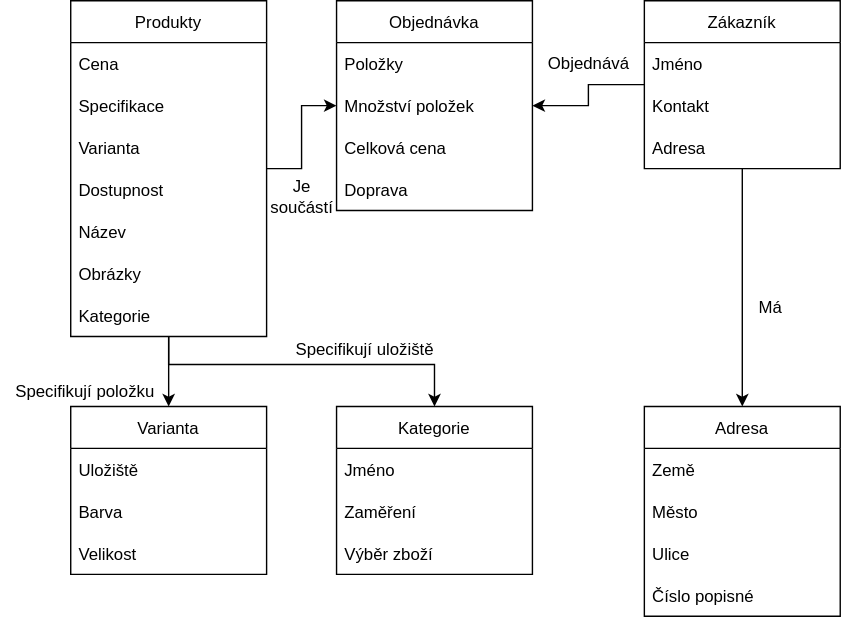
Above: 22092022.drawio.svg in hongolem/Diagrams (draw.io), before the change. Source tidied: cells renumbered, new cells last; positions are measured from the earlier drawing's top-left corner, leaving out a move shared by most shapes.
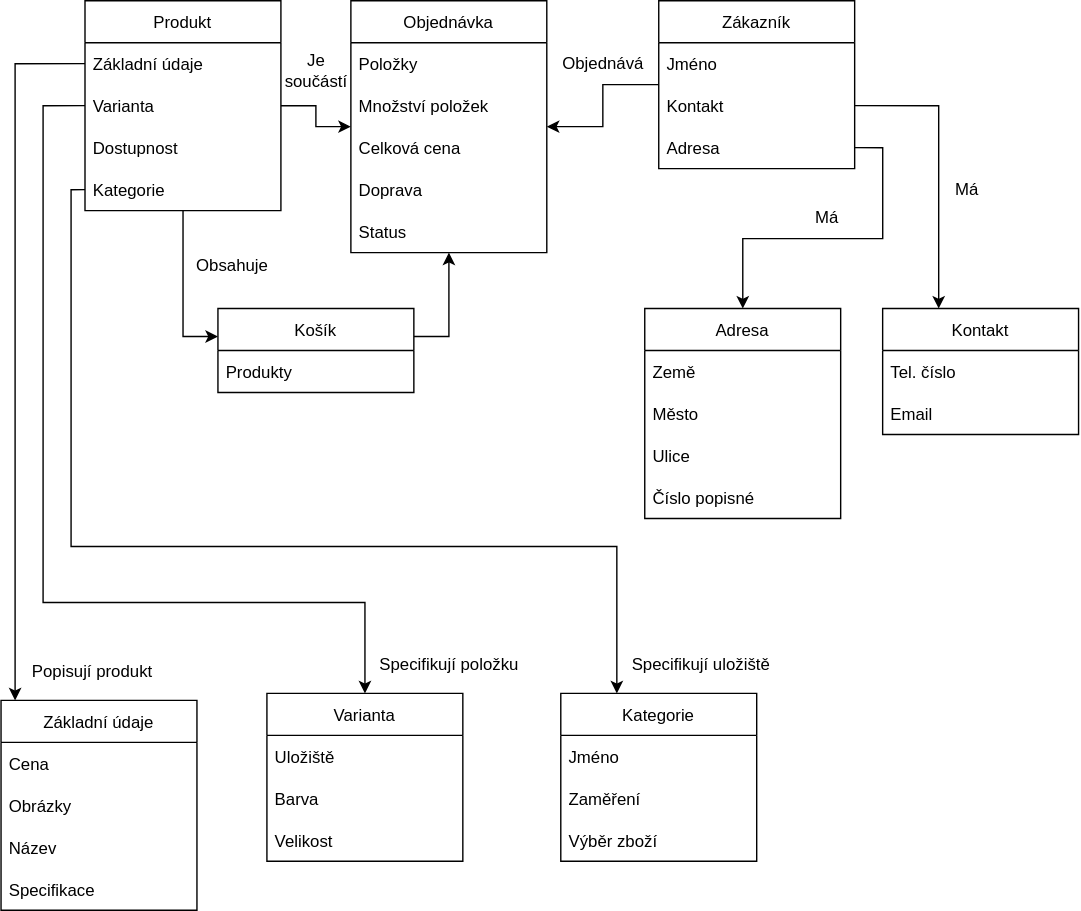
Later version of the same file.

What changed in the source:
```diff
@@ -2,46 +2,58 @@
   <root>
     <mxCell id="0" />
     <mxCell id="1" parent="0" />
-    <mxCell id="2" style="edgeStyle=orthogonalEdgeStyle;rounded=0;jettySize=auto;html=1;endArrow=classic;endFill=1;" parent="1" edge="1" source="5" target="24">
-      <mxGeometry relative="1" as="geometry" />
+    <mxCell id="2" style="edgeStyle=orthogonalEdgeStyle;rounded=0;jettySize=auto;html=1;endArrow=classic;endFill=1;exitX=0;exitY=0.5;exitDx=0;exitDy=0;" parent="1" edge="1" source="8" target="24">
+      <mxGeometry relative="1" as="geometry">
+        <Array as="points">
+          <mxPoint x="20" y="75" />
+          <mxPoint x="20" y="430" />
+          <mxPoint x="250" y="430" />
+        </Array>
+      </mxGeometry>
     </mxCell>
-    <mxCell id="3" style="edgeStyle=orthogonalEdgeStyle;rounded=0;jettySize=auto;html=1;endArrow=classic;endFill=1;" parent="1" edge="1" source="5" target="28">
+    <mxCell id="3" style="edgeStyle=orthogonalEdgeStyle;rounded=0;jettySize=auto;html=1;endArrow=classic;endFill=1;exitX=0;exitY=0.5;exitDx=0;exitDy=0;" parent="1" edge="1" source="12" target="28">
       <mxGeometry relative="1" as="geometry">
         <Array as="points">
-          <mxPoint x="120" y="260" />
-          <mxPoint x="310" y="260" />
+          <mxPoint x="40" y="135" />
+          <mxPoint x="40" y="390" />
+          <mxPoint x="430" y="390" />
         </Array>
       </mxGeometry>
     </mxCell>
     <mxCell id="4" style="edgeStyle=orthogonalEdgeStyle;rounded=0;jettySize=auto;html=1;endArrow=classic;endFill=1;" parent="1" edge="1" source="5" target="13">
       <mxGeometry relative="1" as="geometry" />
     </mxCell>
+    <mxCell id="42" style="edgeStyle=orthogonalEdgeStyle;rounded=0;jettySize=auto;html=1;endArrow=classic;endFill=1;exitX=0;exitY=0.5;exitDx=0;exitDy=0;" parent="1" edge="1" source="44" target="51">
+      <mxGeometry relative="1" as="geometry">
+        <Array as="points">
+          <mxPoint y="45" />
+        </Array>
+      </mxGeometry>
+    </mxCell>
+    <mxCell id="43" style="edgeStyle=orthogonalEdgeStyle;rounded=0;jettySize=auto;html=1;endArrow=classic;endFill=1;" parent="1" edge="1" source="5" target="54">
+      <mxGeometry relative="1" as="geometry">
+        <Array as="points">
+          <mxPoint x="120" y="240" />
+        </Array>
+      </mxGeometry>
+    </mxCell>
-    <mxCell id="5" value="Produkty" style="swimlane;fontStyle=0;horizontal=1;startSize=30;" parent="1" vertex="1">
-      <mxGeometry x="50" width="140" height="240" as="geometry" />
+    <mxCell id="5" value="Produkt" style="swimlane;fontStyle=0;horizontal=1;startSize=30;" parent="1" vertex="1">
+      <mxGeometry x="50" width="140" height="150" as="geometry" />
     </mxCell>
-    <mxCell id="6" value="Cena" style="text;strokeColor=none;fillColor=none;align=left;verticalAlign=middle;spacingLeft=4;spacingRight=4;overflow=hidden;" parent="5" vertex="1">
-      <mxGeometry y="30" width="140" height="30" as="geometry" />
-    </mxCell>
-    <mxCell id="7" value="Specifikace" style="text;strokeColor=none;fillColor=none;align=left;verticalAlign=middle;spacingLeft=4;spacingRight=4;overflow=hidden;" parent="5" vertex="1">
-      <mxGeometry y="60" width="140" height="30" as="geometry" />
-    </mxCell>
+    <mxCell id="44" value="Základní údaje" style="text;strokeColor=none;fillColor=none;align=left;verticalAlign=middle;spacingLeft=4;spacingRight=4;overflow=hidden;points=[[0,0.5],[1,0.5]];portConstraint=eastwest;" parent="5" vertex="1">
+      <mxGeometry y="30" width="140" height="30" as="geometry" />
+    </mxCell>
     <mxCell id="8" value="Varianta" style="text;strokeColor=none;fillColor=none;align=left;verticalAlign=middle;spacingLeft=4;spacingRight=4;overflow=hidden;points=[[0,0.5],[1,0.5]];portConstraint=eastwest;" parent="5" vertex="1">
-      <mxGeometry y="90" width="140" height="30" as="geometry" />
+      <mxGeometry y="60" width="140" height="30" as="geometry" />
     </mxCell>
     <mxCell id="9" value="Dostupnost" style="text;strokeColor=none;fillColor=none;align=left;verticalAlign=middle;spacingLeft=4;spacingRight=4;overflow=hidden;" parent="5" vertex="1">
-      <mxGeometry y="120" width="140" height="30" as="geometry" />
+      <mxGeometry y="90" width="140" height="30" as="geometry" />
     </mxCell>
-    <mxCell id="10" value="Název" style="text;strokeColor=none;fillColor=none;align=left;verticalAlign=middle;spacingLeft=4;spacingRight=4;overflow=hidden;" parent="5" vertex="1">
-      <mxGeometry y="150" width="140" height="30" as="geometry" />
-    </mxCell>
-    <mxCell id="11" value="Obrázky" style="text;strokeColor=none;fillColor=none;align=left;verticalAlign=middle;spacingLeft=4;spacingRight=4;overflow=hidden;" parent="5" vertex="1">
-      <mxGeometry y="180" width="140" height="30" as="geometry" />
-    </mxCell>
     <mxCell id="12" value="Kategorie" style="text;strokeColor=none;fillColor=none;align=left;verticalAlign=middle;spacingLeft=4;spacingRight=4;overflow=hidden;points=[[0,0.5],[1,0.5]];portConstraint=eastwest;" parent="5" vertex="1">
-      <mxGeometry y="210" width="140" height="30" as="geometry" />
+      <mxGeometry y="120" width="140" height="30" as="geometry" />
     </mxCell>
     <mxCell id="13" value="Objednávka" style="swimlane;fontStyle=0;horizontal=1;startSize=30;" parent="1" vertex="1">
-      <mxGeometry x="240" width="140" height="150" as="geometry" />
+      <mxGeometry x="240" width="140" height="180" as="geometry" />
     </mxCell>
     <mxCell id="14" value="Položky" style="text;strokeColor=none;fillColor=none;align=left;verticalAlign=middle;spacingLeft=4;spacingRight=4;overflow=hidden;" parent="13" vertex="1">
       <mxGeometry y="30" width="140" height="30" as="geometry" />
@@ -55,12 +67,22 @@
     <mxCell id="17" value="Doprava" style="text;strokeColor=none;fillColor=none;align=left;verticalAlign=middle;spacingLeft=4;spacingRight=4;overflow=hidden;" parent="13" vertex="1">
       <mxGeometry y="120" width="140" height="30" as="geometry" />
     </mxCell>
+    <mxCell id="45" value="Status" style="text;strokeColor=none;fillColor=none;align=left;verticalAlign=middle;spacingLeft=4;spacingRight=4;overflow=hidden;" parent="13" vertex="1">
+      <mxGeometry y="150" width="140" height="30" as="geometry" />
+    </mxCell>
-    <mxCell id="18" style="edgeStyle=orthogonalEdgeStyle;rounded=0;jettySize=auto;html=1;endArrow=classic;endFill=1;" parent="1" edge="1" source="20" target="32">
+    <mxCell id="18" style="edgeStyle=orthogonalEdgeStyle;rounded=0;jettySize=auto;html=1;endArrow=classic;endFill=1;exitX=1;exitY=0.5;exitDx=0;exitDy=0;" parent="1" edge="1" source="23" target="32">
       <mxGeometry relative="1" as="geometry" />
     </mxCell>
     <mxCell id="19" style="edgeStyle=orthogonalEdgeStyle;rounded=0;jettySize=auto;html=1;endArrow=classic;endFill=1;" parent="1" edge="1" source="20" target="13">
       <mxGeometry relative="1" as="geometry" />
     </mxCell>
+    <mxCell id="46" style="edgeStyle=orthogonalEdgeStyle;rounded=0;jettySize=auto;html=1;endArrow=classic;endFill=1;exitX=1;exitY=0.5;exitDx=0;exitDy=0;" parent="1" edge="1" source="22" target="47">
+      <mxGeometry relative="1" as="geometry">
+        <Array as="points">
+          <mxPoint x="660" y="75" />
+        </Array>
+      </mxGeometry>
+    </mxCell>
     <mxCell id="20" value="Zákazník" style="swimlane;fontStyle=0;horizontal=1;startSize=30;" parent="1" vertex="1">
       <mxGeometry x="460" width="140" height="120" as="geometry" />
     </mxCell>
@@ -74,7 +96,7 @@
       <mxGeometry y="90" width="140" height="30" as="geometry" />
     </mxCell>
     <mxCell id="24" value="Varianta" style="swimlane;fontStyle=0;horizontal=1;startSize=30;" parent="1" vertex="1">
-      <mxGeometry x="50" y="290" width="140" height="120" as="geometry" />
+      <mxGeometry x="180" y="495" width="140" height="120" as="geometry" />
     </mxCell>
     <mxCell id="25" value="Uložiště" style="text;strokeColor=none;fillColor=none;align=left;verticalAlign=middle;spacingLeft=4;spacingRight=4;overflow=hidden;" parent="24" vertex="1">
       <mxGeometry y="30" width="140" height="30" as="geometry" />
@@ -86,7 +108,7 @@
       <mxGeometry y="90" width="140" height="30" as="geometry" />
     </mxCell>
     <mxCell id="28" value="Kategorie" style="swimlane;fontStyle=0;horizontal=1;startSize=30;" parent="1" vertex="1">
-      <mxGeometry x="240" y="290" width="140" height="120" as="geometry" />
+      <mxGeometry x="390" y="495" width="140" height="120" as="geometry" />
     </mxCell>
     <mxCell id="29" value="Jméno" style="text;strokeColor=none;fillColor=none;align=left;verticalAlign=middle;spacingLeft=4;spacingRight=4;overflow=hidden;" parent="28" vertex="1">
       <mxGeometry y="30" width="140" height="30" as="geometry" />
@@ -98,7 +120,7 @@
       <mxGeometry y="90" width="140" height="30" as="geometry" />
     </mxCell>
     <mxCell id="32" value="Adresa" style="swimlane;fontStyle=0;horizontal=1;startSize=30;" parent="1" vertex="1">
-      <mxGeometry x="460" y="290" width="140" height="150" as="geometry" />
+      <mxGeometry x="450" y="220" width="140" height="150" as="geometry" />
     </mxCell>
     <mxCell id="33" value="Země" style="text;strokeColor=none;fillColor=none;align=left;verticalAlign=middle;spacingLeft=4;spacingRight=4;overflow=hidden;" parent="32" vertex="1">
       <mxGeometry y="30" width="140" height="30" as="geometry" />
@@ -113,19 +135,65 @@
       <mxGeometry y="120" width="140" height="30" as="geometry" />
     </mxCell>
     <mxCell id="37" value="Má" style="text;html=1;align=center;verticalAlign=middle;strokeColor=none;fillColor=none;" parent="1" vertex="1">
-      <mxGeometry x="530" y="205" width="40" height="30" as="geometry" />
+      <mxGeometry x="560" y="140" width="40" height="30" as="geometry" />
     </mxCell>
     <mxCell id="38" value="Specifikují uložiště" style="text;html=1;align=center;verticalAlign=middle;strokeColor=none;fillColor=none;" parent="1" vertex="1">
-      <mxGeometry x="200" y="235" width="120" height="30" as="geometry" />
+      <mxGeometry x="430" y="460" width="120" height="30" as="geometry" />
     </mxCell>
     <mxCell id="39" value="Specifikují položku" style="text;html=1;align=center;verticalAlign=middle;strokeColor=none;fillColor=none;" parent="1" vertex="1">
-      <mxGeometry y="265" width="120" height="30" as="geometry" />
+      <mxGeometry x="250" y="460" width="120" height="30" as="geometry" />
     </mxCell>
     <mxCell id="40" value="Je&lt;br&gt;součástí" style="text;html=1;align=center;verticalAlign=middle;strokeColor=none;fillColor=none;" parent="1" vertex="1">
-      <mxGeometry x="180" y="120" width="70" height="40" as="geometry" />
+      <mxGeometry x="180" y="30" width="70" height="40" as="geometry" />
     </mxCell>
     <mxCell id="41" value="Objednává" style="text;html=1;align=center;verticalAlign=middle;strokeColor=none;fillColor=none;" parent="1" vertex="1">
       <mxGeometry x="380" y="30" width="80" height="30" as="geometry" />
     </mxCell>
+    <mxCell id="47" value="Kontakt" style="swimlane;fontStyle=0;horizontal=1;startSize=30;" parent="1" vertex="1">
+      <mxGeometry x="620" y="220" width="140" height="90" as="geometry" />
+    </mxCell>
+    <mxCell id="48" value="Tel. číslo" style="text;strokeColor=none;fillColor=none;align=left;verticalAlign=middle;spacingLeft=4;spacingRight=4;overflow=hidden;" parent="47" vertex="1">
+      <mxGeometry y="30" width="140" height="30" as="geometry" />
+    </mxCell>
+    <mxCell id="49" value="Email" style="text;strokeColor=none;fillColor=none;align=left;verticalAlign=middle;spacingLeft=4;spacingRight=4;overflow=hidden;" parent="47" vertex="1">
+      <mxGeometry y="60" width="140" height="30" as="geometry" />
+    </mxCell>
+    <mxCell id="50" value="Má" style="text;html=1;align=center;verticalAlign=middle;strokeColor=none;fillColor=none;" parent="1" vertex="1">
+      <mxGeometry x="660" y="120" width="40" height="30" as="geometry" />
+    </mxCell>
+    <mxCell id="51" value="Základní údaje" style="swimlane;fontStyle=0;horizontal=1;startSize=30;" parent="1" vertex="1">
+      <mxGeometry x="-10" y="500" width="140" height="150" as="geometry" />
+    </mxCell>
+    <mxCell id="6" value="Cena" style="text;strokeColor=none;fillColor=none;align=left;verticalAlign=middle;spacingLeft=4;spacingRight=4;overflow=hidden;" parent="51" vertex="1">
+      <mxGeometry y="30" width="140" height="30" as="geometry" />
+    </mxCell>
+    <mxCell id="11" value="Obrázky" style="text;strokeColor=none;fillColor=none;align=left;verticalAlign=middle;spacingLeft=4;spacingRight=4;overflow=hidden;" parent="51" vertex="1">
+      <mxGeometry y="60" width="140" height="30" as="geometry" />
+    </mxCell>
+    <mxCell id="10" value="Název" style="text;strokeColor=none;fillColor=none;align=left;verticalAlign=middle;spacingLeft=4;spacingRight=4;overflow=hidden;" parent="51" vertex="1">
+      <mxGeometry y="90" width="140" height="30" as="geometry" />
+    </mxCell>
+    <mxCell id="7" value="Specifikace" style="text;strokeColor=none;fillColor=none;align=left;verticalAlign=middle;spacingLeft=4;spacingRight=4;overflow=hidden;" parent="51" vertex="1">
+      <mxGeometry y="120" width="140" height="30" as="geometry" />
+    </mxCell>
+    <mxCell id="52" value="Popisují produkt" style="text;html=1;align=center;verticalAlign=middle;strokeColor=none;fillColor=none;" parent="1" vertex="1">
+      <mxGeometry y="465" width="110" height="30" as="geometry" />
+    </mxCell>
+    <mxCell id="53" style="edgeStyle=orthogonalEdgeStyle;rounded=0;jettySize=auto;html=1;endArrow=classic;endFill=1;" parent="1" edge="1" source="54" target="13">
+      <mxGeometry relative="1" as="geometry">
+        <Array as="points">
+          <mxPoint x="310" y="240" />
+        </Array>
+      </mxGeometry>
+    </mxCell>
+    <mxCell id="54" value="Košík" style="swimlane;fontStyle=0;horizontal=1;startSize=30;" parent="1" vertex="1">
+      <mxGeometry x="145" y="220" width="140" height="60" as="geometry" />
+    </mxCell>
+    <mxCell id="55" value="Produkty" style="text;strokeColor=none;fillColor=none;align=left;verticalAlign=middle;spacingLeft=4;spacingRight=4;overflow=hidden;" parent="54" vertex="1">
+      <mxGeometry y="30" width="140" height="30" as="geometry" />
+    </mxCell>
+    <mxCell id="56" value="Obsahuje" style="text;html=1;align=center;verticalAlign=middle;strokeColor=none;fillColor=none;" parent="1" vertex="1">
+      <mxGeometry x="120" y="175" width="70" height="30" as="geometry" />
+    </mxCell>
   </root>
 </mxGraphModel>
```
